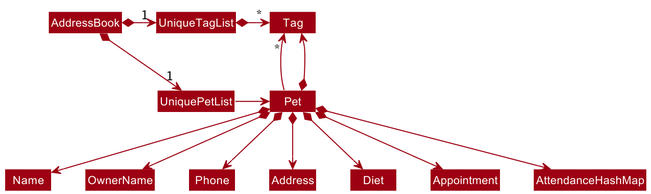
This is docs/images/BetterModelClassDiagram.png from nus-cs2103-AY2122S2/tp, a PlantUML export, as it was before one commit. Its source is kept beside it as docs/diagrams/BetterModelClassDiagram.puml.
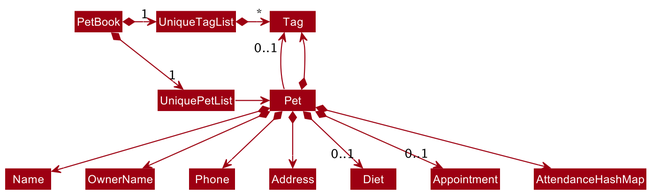
Above is the later version.

Change to the diagram source:
```diff
@@ -4,22 +4,22 @@
 skinparam arrowColor MODEL_COLOR
 skinparam classBackgroundColor MODEL_COLOR
 
-AddressBook *-right-> "1" UniquePetList
-AddressBook *-right-> "1" UniqueTagList
+PetBook *-right-> "1" UniquePetList
+PetBook *-right-> "1" UniqueTagList
 UniqueTagList -[hidden]down- UniquePetList
 UniqueTagList -[hidden]down- UniquePetList
 
 UniqueTagList *-right-> "*" Tag
 UniquePetList -right-> Pet
 
-Pet -up-> "*" Tag
+Pet -up-> "0..1" Tag
 
 Pet *--> Name
 Pet *--> OwnerName
 Pet *--> Phone
 Pet *--> Address
-Pet *--> Diet
-Pet *--> Appointment
+Pet *--> "0..1" Diet
+Pet *--> "0..1" Appointment
 Pet *--> Tag
 Pet *--> AttendanceHashMap
 @enduml
```
